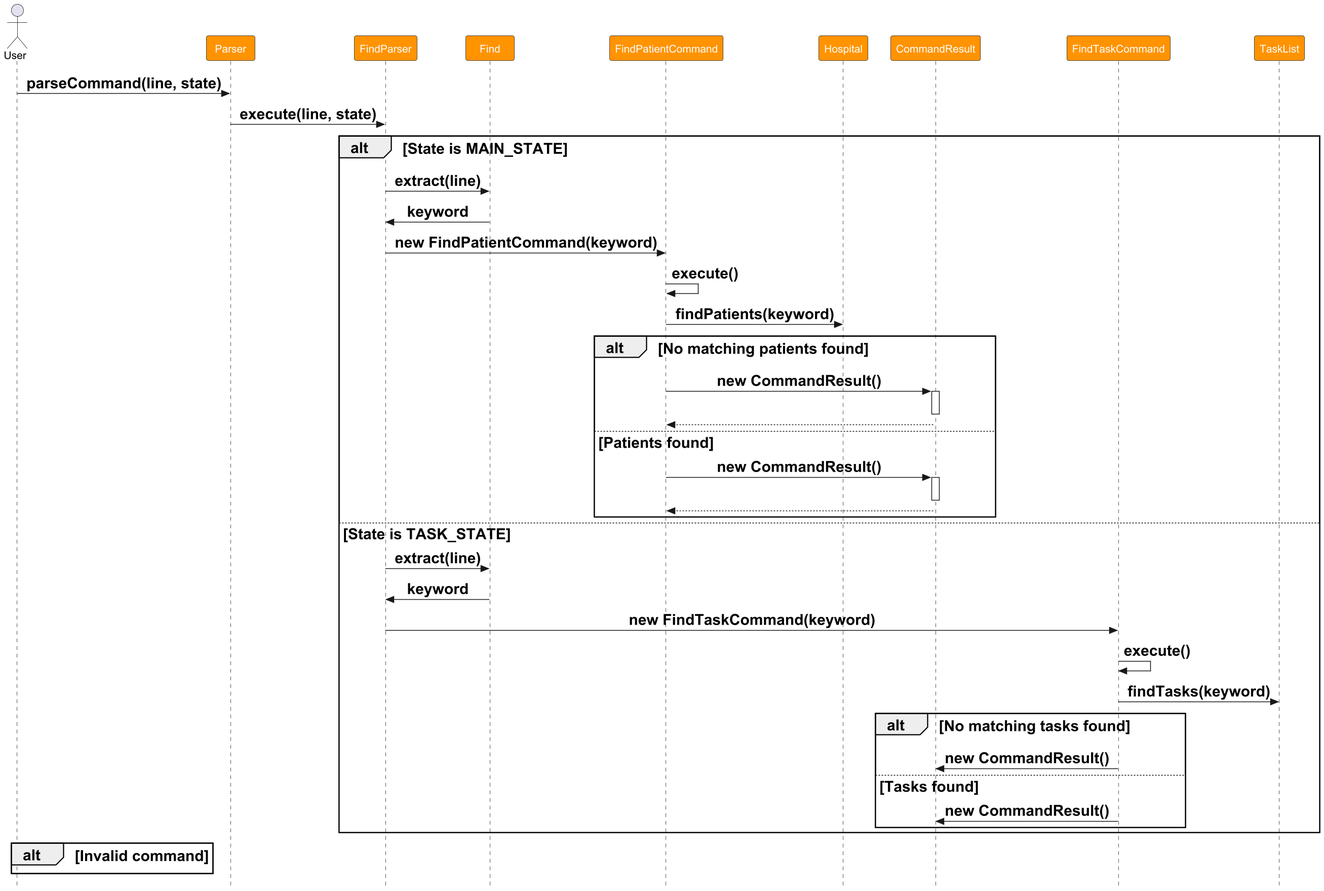
This is docs/images/FindSequenceDiagram.png from nus-cs2113-AY2425S1/tp, a PlantUML export, as it was before one commit.
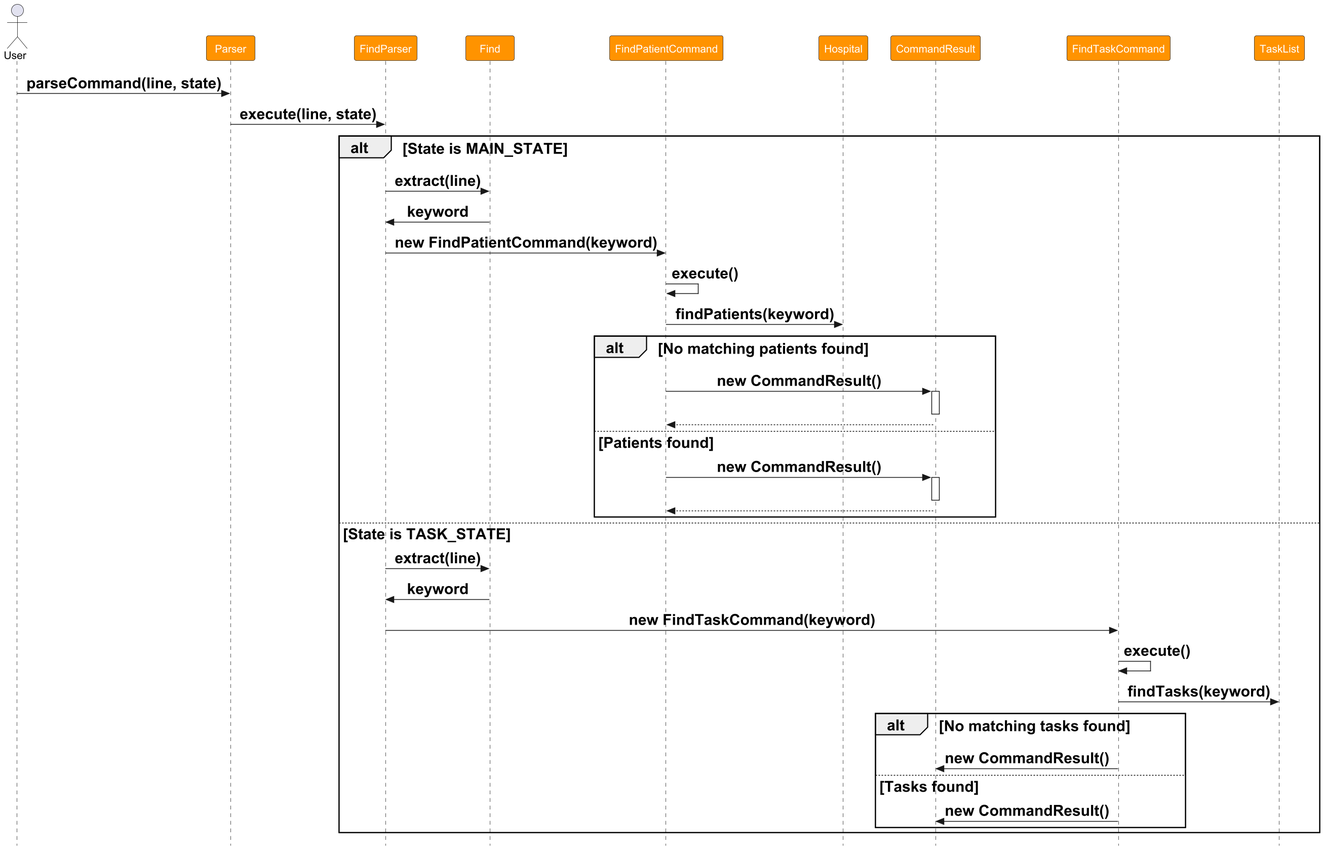
Later version of the same file.

What changed in the source:
```diff
@@ -49,7 +49,5 @@
     end
 end
 
-alt Invalid command
-end
 
 @enduml
```
